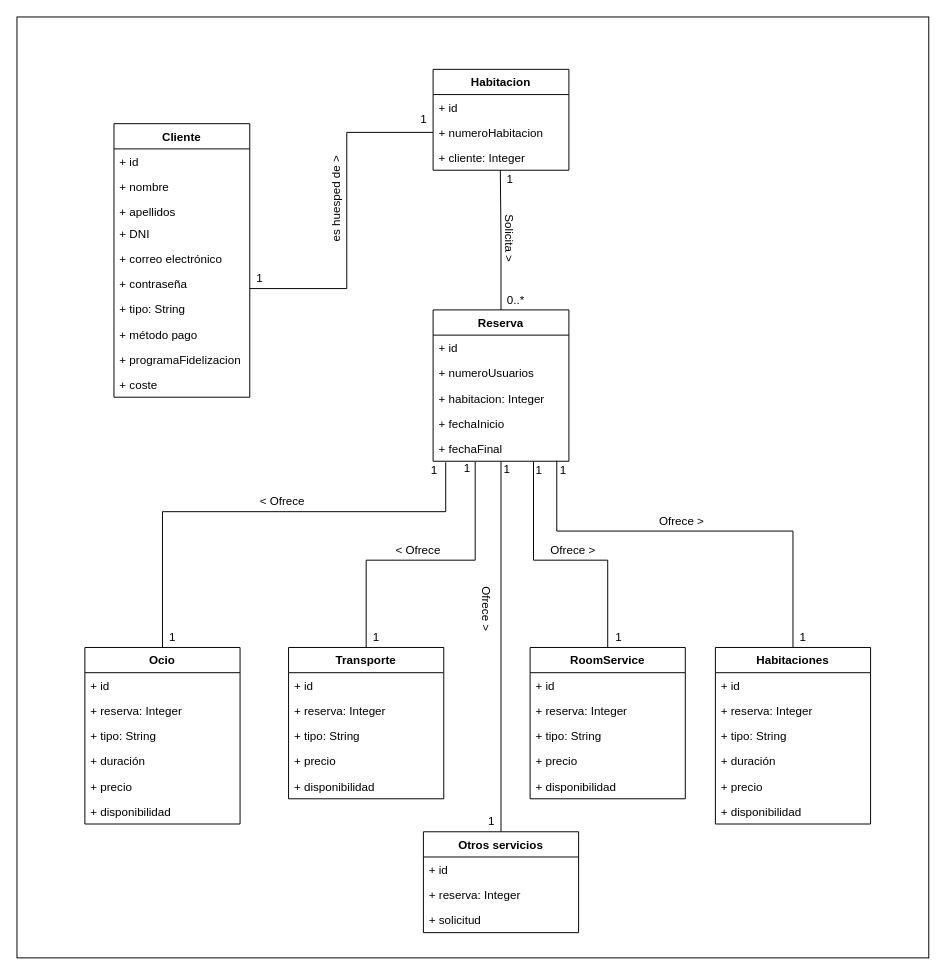
javierMorales9/ISST-Grupo02-Conc keeps this draw.io diagram as Diagrams/Modelo_datos_Concierge.drawio. Above is the earlier version. Source tidied: cells renumbered, new cells numbered last; positions are measured from the earlier drawing's top-left corner, leaving out a move shared by most shapes. Both pictures are drawn from the tidied source at 97%, with x=0, y=0 at pixel (16, 16).
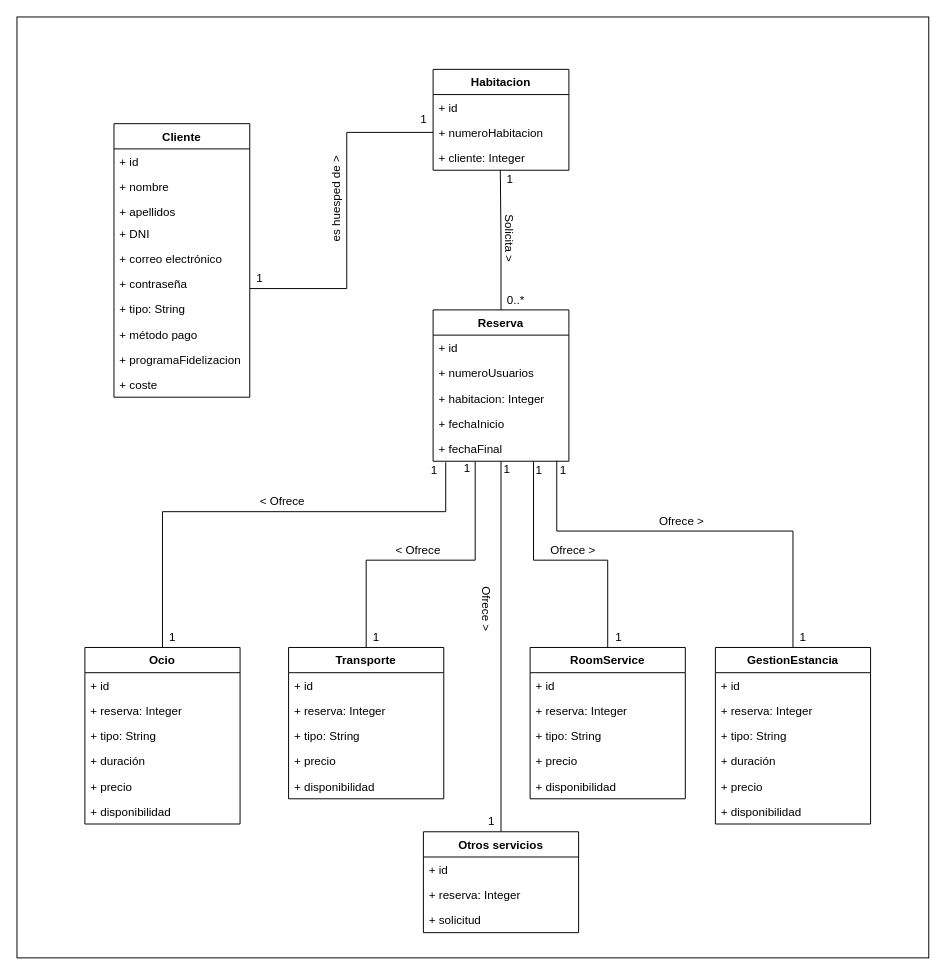
After the change.

Change to the diagram source:
```diff
@@
-    <mxCell id="51" value="Habitaciones" style="swimlane;fontStyle=1;align=center;verticalAlign=top;horizontal=1;startSize=26;" parent="1" vertex="1">
+    <mxCell id="51" value="GestionEstancia" style="swimlane;fontStyle=1;align=center;verticalAlign=top;horizontal=1;startSize=26;" parent="1" vertex="1">
       <mxGeometry x="720" y="650" width="160" height="182" as="geometry" />
     </mxCell>
```
